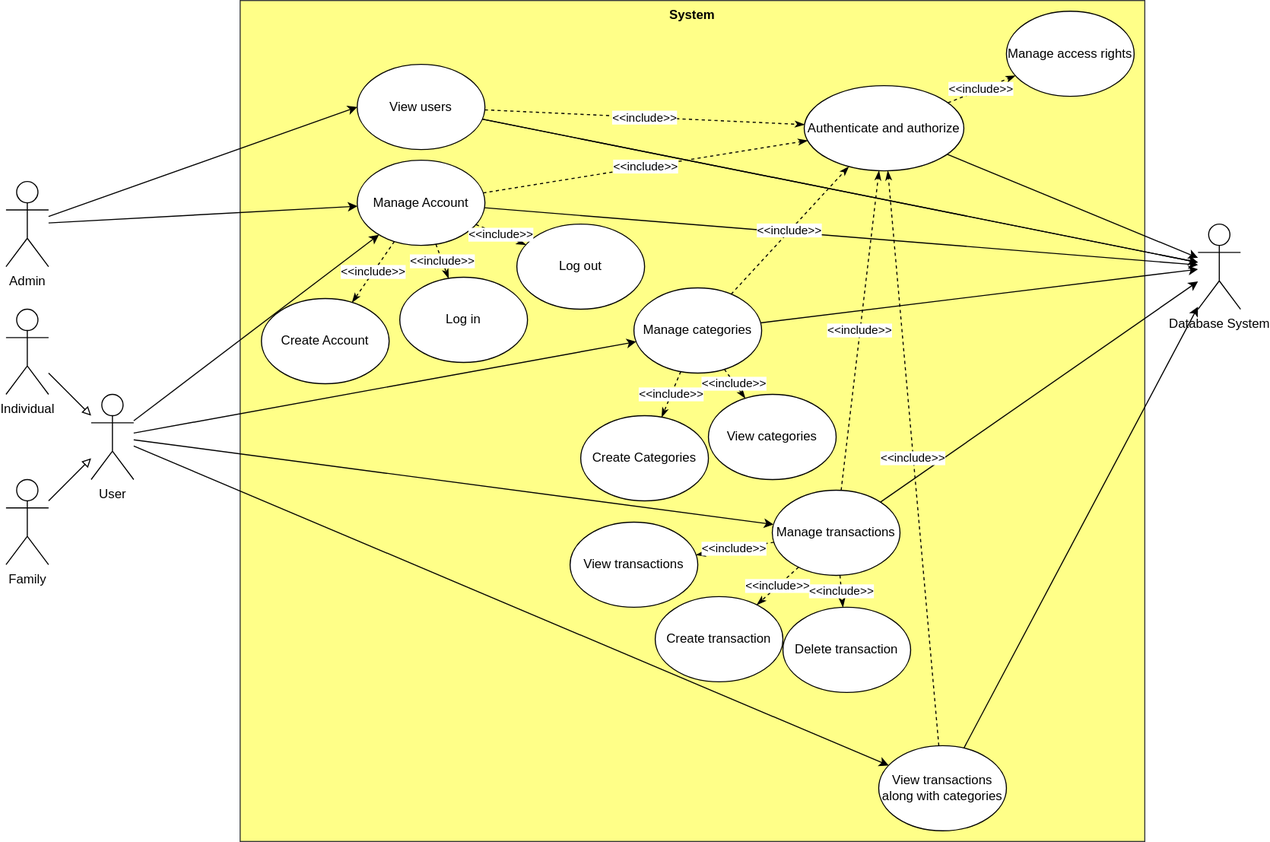
pucciorenzo/softengTesting keeps this draw.io diagram as diagrams/UseCaseDiagramV1.svg. Above is the earlier version. Source tidied: cells renumbered, new cells last; positions are measured from the earlier drawing's top-left corner, leaving out a move shared by most shapes.
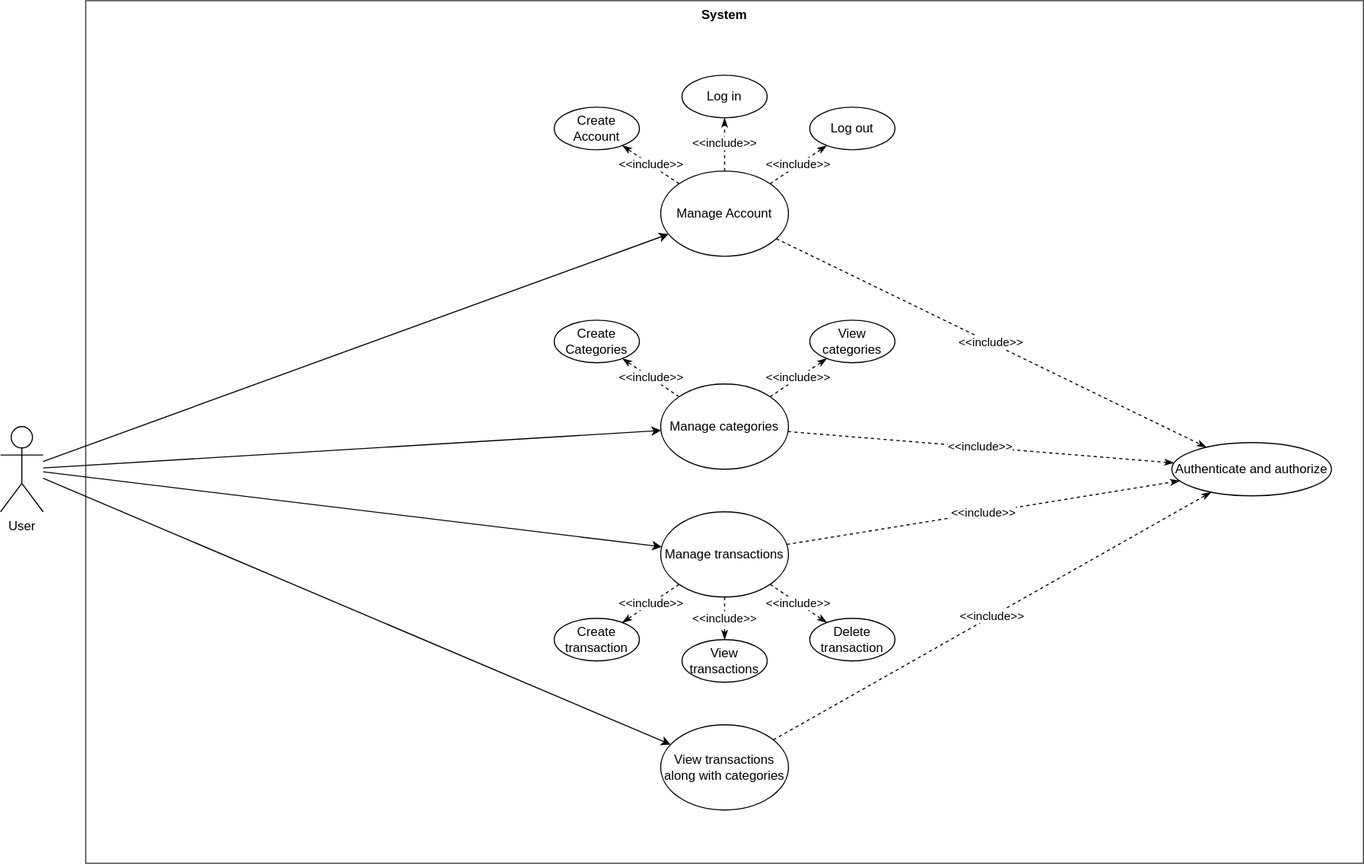
The same diagram one commit later.

Commit message:
removed admin and users. added generic user

The edit, as a diff of the source:
```diff
@@ -2,8 +2,8 @@
   <root>
     <mxCell id="0" />
     <mxCell id="1" parent="0" />
-    <mxCell id="2" value="System" style="shape=rect;html=1;verticalAlign=top;fontStyle=1;whiteSpace=wrap;align=center;fillColor=#ffff88;strokeColor=#36393d;" parent="1" vertex="1">
-      <mxGeometry x="220" width="850" height="790" as="geometry" />
+    <mxCell id="2" value="System" style="shape=rect;html=1;verticalAlign=top;fontStyle=1;whiteSpace=wrap;align=center;fillColor=none;strokeColor=#36393d;" parent="1" vertex="1">
+      <mxGeometry y="-30" width="1200" height="810" as="geometry" />
     </mxCell>
     <mxCell id="3" style="rounded=0;jettySize=auto;html=1;" parent="1" edge="1" source="6" target="10">
       <mxGeometry relative="1" as="geometry" />
@@ -15,85 +15,37 @@
       <mxGeometry relative="1" as="geometry" />
     </mxCell>
     <mxCell id="6" value="User" style="shape=umlActor;html=1;verticalLabelPosition=bottom;verticalAlign=top;align=center;" parent="1" vertex="1">
-      <mxGeometry x="80" y="370" width="40" height="80" as="geometry" />
+      <mxGeometry x="-80" y="370" width="40" height="80" as="geometry" />
     </mxCell>
-    <mxCell id="7" value="Admin" style="shape=umlActor;html=1;verticalLabelPosition=bottom;verticalAlign=top;align=center;" parent="1" vertex="1">
-      <mxGeometry y="170" width="40" height="80" as="geometry" />
-    </mxCell>
-    <mxCell id="8" value="Individual" style="shape=umlActor;html=1;verticalLabelPosition=bottom;verticalAlign=top;align=center;" parent="1" vertex="1">
-      <mxGeometry y="290" width="40" height="80" as="geometry" />
-    </mxCell>
-    <mxCell id="9" value="Family" style="shape=umlActor;html=1;verticalLabelPosition=bottom;verticalAlign=top;align=center;" parent="1" vertex="1">
-      <mxGeometry y="450" width="40" height="80" as="geometry" />
-    </mxCell>
     <mxCell id="10" value="Manage Account" style="ellipse;whiteSpace=wrap;html=1;" parent="1" vertex="1">
-      <mxGeometry x="330" y="150" width="120" height="80" as="geometry" />
+      <mxGeometry x="540" y="130" width="120" height="80" as="geometry" />
     </mxCell>
     <mxCell id="11" value="Log in" style="ellipse;whiteSpace=wrap;html=1;" parent="1" vertex="1">
-      <mxGeometry x="370" y="260" width="120" height="80" as="geometry" />
+      <mxGeometry x="560" y="40" width="80" height="40" as="geometry" />
     </mxCell>
     <mxCell id="12" value="Log out" style="ellipse;whiteSpace=wrap;html=1;" parent="1" vertex="1">
-      <mxGeometry x="480" y="210" width="120" height="80" as="geometry" />
+      <mxGeometry x="680" y="70" width="80" height="40" as="geometry" />
     </mxCell>
-    <mxCell id="13" value="View users" style="ellipse;whiteSpace=wrap;html=1;" parent="1" vertex="1">
-      <mxGeometry x="330" y="60" width="120" height="80" as="geometry" />
-    </mxCell>
     <mxCell id="14" value="Manage categories" style="ellipse;whiteSpace=wrap;html=1;" parent="1" vertex="1">
-      <mxGeometry x="590" y="270" width="120" height="80" as="geometry" />
+      <mxGeometry x="540" y="330" width="120" height="80" as="geometry" />
     </mxCell>
     <mxCell id="15" value="View transactions along with categories" style="ellipse;whiteSpace=wrap;html=1;" parent="1" vertex="1">
-      <mxGeometry x="820" y="700" width="120" height="80" as="geometry" />
+      <mxGeometry x="540" y="650" width="120" height="80" as="geometry" />
     </mxCell>
-    <mxCell id="16" style="endArrow=block;html=1;rounded=0;endFill=0;" parent="1" edge="1" source="8" target="6">
-      <mxGeometry relative="1" as="geometry" />
-    </mxCell>
-    <mxCell id="17" style="endArrow=block;html=1;rounded=0;endFill=0;" parent="1" edge="1" source="9" target="6">
-      <mxGeometry relative="1" as="geometry" />
-    </mxCell>
-    <mxCell id="18" style="html=1;labelBackgroundColor=#ffffff;endArrow=classic;endFill=1;endSize=6;jettySize=auto;strokeWidth=1;fontSize=14;rounded=0;entryX=0;entryY=0.5;entryDx=0;entryDy=0;" parent="1" edge="1" source="7" target="13">
-      <mxGeometry relative="1" as="geometry" />
-    </mxCell>
-    <mxCell id="19" value="Database System" style="shape=umlActor;html=1;verticalLabelPosition=bottom;verticalAlign=top;align=center;" parent="1" vertex="1">
-      <mxGeometry x="1120" y="210" width="40" height="80" as="geometry" />
-    </mxCell>
-    <mxCell id="20" style="html=1;labelBackgroundColor=#ffffff;endArrow=classic;endFill=1;endSize=6;jettySize=auto;strokeWidth=1;fontSize=14;rounded=0;" parent="1" edge="1" source="13" target="19">
-      <mxGeometry relative="1" as="geometry" />
-    </mxCell>
-    <mxCell id="21" style="html=1;labelBackgroundColor=#ffffff;endArrow=classic;endFill=1;endSize=6;jettySize=auto;strokeWidth=1;fontSize=14;rounded=0;" parent="1" edge="1" source="10" target="19">
-      <mxGeometry relative="1" as="geometry" />
-    </mxCell>
-    <mxCell id="22" style="html=1;labelBackgroundColor=#ffffff;endArrow=classic;endFill=1;endSize=6;jettySize=auto;strokeWidth=1;fontSize=14;rounded=0;" parent="1" edge="1" source="14" target="19">
-      <mxGeometry relative="1" as="geometry" />
-    </mxCell>
-    <mxCell id="23" style="html=1;labelBackgroundColor=#ffffff;endArrow=classic;endFill=1;endSize=6;jettySize=auto;strokeWidth=1;fontSize=14;rounded=0;" parent="1" edge="1" source="26" target="19">
-      <mxGeometry relative="1" as="geometry" />
-    </mxCell>
     <mxCell id="24" value="View categories" style="ellipse;whiteSpace=wrap;html=1;" parent="1" vertex="1">
-      <mxGeometry x="660" y="370" width="120" height="80" as="geometry" />
+      <mxGeometry x="680" y="270" width="80" height="40" as="geometry" />
     </mxCell>
     <mxCell id="25" style="rounded=0;jettySize=auto;html=1;" parent="1" edge="1" source="6" target="26">
       <mxGeometry relative="1" as="geometry" />
     </mxCell>
     <mxCell id="26" value="Manage transactions" style="ellipse;whiteSpace=wrap;html=1;" parent="1" vertex="1">
-      <mxGeometry x="720" y="460" width="120" height="80" as="geometry" />
+      <mxGeometry x="540" y="450" width="120" height="80" as="geometry" />
     </mxCell>
-    <mxCell id="27" style="rounded=0;jettySize=auto;html=1;" parent="1" edge="1" source="28" target="19">
-      <mxGeometry relative="1" as="geometry" />
-    </mxCell>
     <mxCell id="28" value="Authenticate and authorize" style="ellipse;whiteSpace=wrap;html=1;" parent="1" vertex="1">
-      <mxGeometry x="750" y="80" width="150" height="80" as="geometry" />
+      <mxGeometry x="1020" y="385" width="150" height="50" as="geometry" />
     </mxCell>
-    <mxCell id="29" value="&amp;lt;&amp;lt;include&amp;gt;&amp;gt;" style="endArrow=classicThin;dashed=1;html=1;rounded=0;endFill=1;" parent="1" edge="1" source="13" target="28">
-      <mxGeometry relative="1" as="geometry" />
-    </mxCell>
-    <mxCell id="30" style="html=1;labelBackgroundColor=#ffffff;endArrow=classic;endFill=1;endSize=6;jettySize=auto;strokeWidth=1;fontSize=14;rounded=0;" parent="1" edge="1" source="7" target="10">
-      <mxGeometry relative="1" as="geometry" />
-    </mxCell>
-    <mxCell id="31" style="html=1;labelBackgroundColor=#ffffff;endArrow=classic;endFill=1;endSize=6;jettySize=auto;strokeWidth=1;fontSize=14;rounded=0;" parent="1" edge="1" source="13" target="19">
-      <mxGeometry relative="1" as="geometry" />
-    </mxCell>
     <mxCell id="32" value="Create Categories" style="ellipse;whiteSpace=wrap;html=1;" parent="1" vertex="1">
-      <mxGeometry x="540" y="390" width="120" height="80" as="geometry" />
+      <mxGeometry x="440" y="270" width="80" height="40" as="geometry" />
     </mxCell>
     <mxCell id="33" value="&amp;lt;&amp;lt;include&amp;gt;&amp;gt;" style="endArrow=classicThin;dashed=1;html=1;rounded=0;endFill=1;" parent="1" edge="1" source="14" target="24">
       <mxGeometry relative="1" as="geometry" />
@@ -102,25 +54,19 @@
       <mxGeometry relative="1" as="geometry" />
     </mxCell>
     <mxCell id="35" value="Create transaction" style="ellipse;whiteSpace=wrap;html=1;" parent="1" vertex="1">
-      <mxGeometry x="610" y="560" width="120" height="80" as="geometry" />
+      <mxGeometry x="440" y="550" width="80" height="40" as="geometry" />
     </mxCell>
     <mxCell id="36" value="View transactions" style="ellipse;whiteSpace=wrap;html=1;" parent="1" vertex="1">
-      <mxGeometry x="530" y="490" width="120" height="80" as="geometry" />
+      <mxGeometry x="560" y="570" width="80" height="40" as="geometry" />
     </mxCell>
     <mxCell id="37" value="&amp;lt;&amp;lt;include&amp;gt;&amp;gt;" style="endArrow=classicThin;dashed=1;html=1;rounded=0;endFill=1;" parent="1" edge="1" source="26" target="36">
       <mxGeometry relative="1" as="geometry" />
     </mxCell>
-    <mxCell id="38" value="&amp;lt;&amp;lt;include&amp;gt;&amp;gt;" style="endArrow=classicThin;dashed=1;html=1;rounded=0;endFill=1;" parent="1" edge="1" source="26" target="35">
-      <mxGeometry relative="1" as="geometry" />
-    </mxCell>
     <mxCell id="39" value="&amp;lt;&amp;lt;include&amp;gt;&amp;gt;" style="endArrow=classicThin;dashed=1;html=1;rounded=0;endFill=1;" parent="1" edge="1" source="26" target="41">
       <mxGeometry relative="1" as="geometry" />
     </mxCell>
-    <mxCell id="40" style="html=1;labelBackgroundColor=#ffffff;endArrow=classic;endFill=1;endSize=6;jettySize=auto;strokeWidth=1;fontSize=14;rounded=0;" parent="1" edge="1" source="15" target="19">
-      <mxGeometry relative="1" as="geometry" />
-    </mxCell>
     <mxCell id="41" value="Delete transaction" style="ellipse;whiteSpace=wrap;html=1;" parent="1" vertex="1">
-      <mxGeometry x="730" y="570" width="120" height="80" as="geometry" />
+      <mxGeometry x="680" y="550" width="80" height="40" as="geometry" />
     </mxCell>
     <mxCell id="42" value="&amp;lt;&amp;lt;include&amp;gt;&amp;gt;" style="endArrow=classicThin;dashed=1;html=1;rounded=0;endFill=1;" parent="1" edge="1" source="10" target="45">
       <mxGeometry relative="1" as="geometry" />
@@ -132,7 +78,7 @@
       <mxGeometry relative="1" as="geometry" />
     </mxCell>
     <mxCell id="45" value="Create Account" style="ellipse;whiteSpace=wrap;html=1;" parent="1" vertex="1">
-      <mxGeometry x="240" y="280" width="120" height="80" as="geometry" />
+      <mxGeometry x="440" y="70" width="80" height="40" as="geometry" />
     </mxCell>
     <mxCell id="46" value="&amp;lt;&amp;lt;include&amp;gt;&amp;gt;" style="endArrow=classicThin;dashed=1;html=1;rounded=0;endFill=1;" parent="1" edge="1" source="10" target="28">
       <mxGeometry relative="1" as="geometry" />
@@ -146,11 +92,8 @@
     <mxCell id="49" value="&amp;lt;&amp;lt;include&amp;gt;&amp;gt;" style="endArrow=classicThin;dashed=1;html=1;rounded=0;endFill=1;" parent="1" edge="1" source="26" target="28">
       <mxGeometry relative="1" as="geometry" />
     </mxCell>
-    <mxCell id="50" value="Manage access rights" style="ellipse;whiteSpace=wrap;html=1;" parent="1" vertex="1">
-      <mxGeometry x="940" y="10" width="120" height="80" as="geometry" />
-    </mxCell>
-    <mxCell id="51" value="&amp;lt;&amp;lt;include&amp;gt;&amp;gt;" style="endArrow=classicThin;dashed=1;html=1;rounded=0;endFill=1;" parent="1" edge="1" source="28" target="50">
-      <mxGeometry relative="1" as="geometry" />
-    </mxCell>
+    <mxCell id="38" value="&amp;lt;&amp;lt;include&amp;gt;&amp;gt;" style="endArrow=classicThin;dashed=1;html=1;rounded=0;endFill=1;" parent="1" edge="1" source="26" target="35">
+      <mxGeometry relative="1" as="geometry" />
+    </mxCell>
   </root>
 </mxGraphModel>
```
